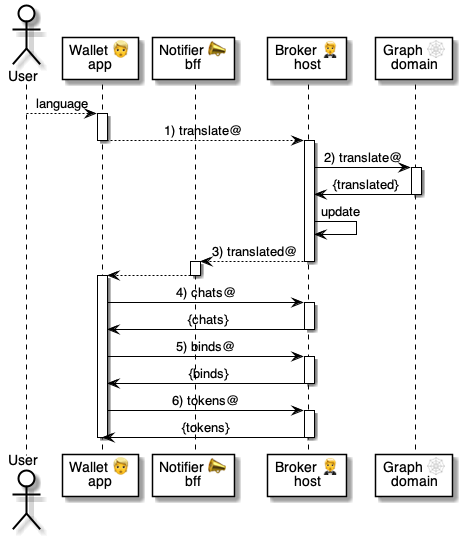
This is 5 ⏩ Flows/02 🧑‍🦰👉 Wallets/10 👉🤵 Set-up/.📎 Assets/⚙️ Translate.png from pollyweb-org/pollyweb-docs, a PlantUML export, as it was before one commit. Its source is kept beside it as 5 ⏩ Flows/02 🧑‍🦰👉 Wallets/10 👉🤵 Set-up/.📎 Assets/⚙️ Translate.puml. The source it was exported from:
```plantuml
@startuml Translate

actor User as user
participant "Wallet 👱\napp" as wallet
participant "Notifier 📣\nbff" as notifier
participant "Broker 🤵\nhost" as broker
participant "Graph 🕸\ndomain" as graph

user --> wallet: language
activate wallet
    wallet --> broker: 1) translate@
deactivate wallet

activate broker
    broker -> graph: 2) translate@

    activate graph
        graph -> broker: {translated}
    deactivate graph

    broker -> broker: update
    broker --> notifier: 3) translated@
deactivate broker

activate notifier
    notifier --> wallet
deactivate notifier

activate wallet

    wallet -> broker: 4) chats@
    activate broker
        broker -> wallet: {chats}
    deactivate broker

    wallet -> broker: 5) binds@
    activate broker
        broker -> wallet: {binds}
    deactivate broker

    wallet -> broker: 6) tokens@
    activate broker
        broker -> wallet: {tokens}
    deactivate broker

deactivate wallet

@enduml
```
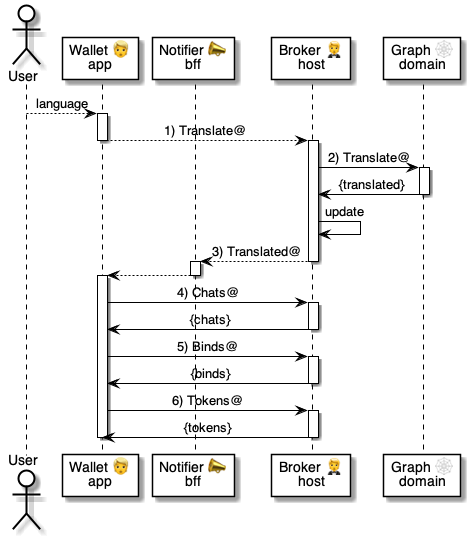
Later version of the same file.

Diff of the diagram source:
```diff
@@ -8,18 +8,18 @@
 
 user --> wallet: language
 activate wallet
-    wallet --> broker: 1) translate@
+    wallet --> broker: 1) Translate@
 deactivate wallet
 
 activate broker
-    broker -> graph: 2) translate@
+    broker -> graph: 2) Translate@
 
     activate graph
         graph -> broker: {translated}
     deactivate graph
 
     broker -> broker: update
-    broker --> notifier: 3) translated@
+    broker --> notifier: 3) Translated@
 deactivate broker
 
 activate notifier
@@ -28,17 +28,17 @@
 
 activate wallet
 
-    wallet -> broker: 4) chats@
+    wallet -> broker: 4) Chats@
     activate broker
         broker -> wallet: {chats}
     deactivate broker
 
-    wallet -> broker: 5) binds@
+    wallet -> broker: 5) Binds@
     activate broker
         broker -> wallet: {binds}
     deactivate broker
 
-    wallet -> broker: 6) tokens@
+    wallet -> broker: 6) Tokens@
     activate broker
         broker -> wallet: {tokens}
     deactivate broker
```
